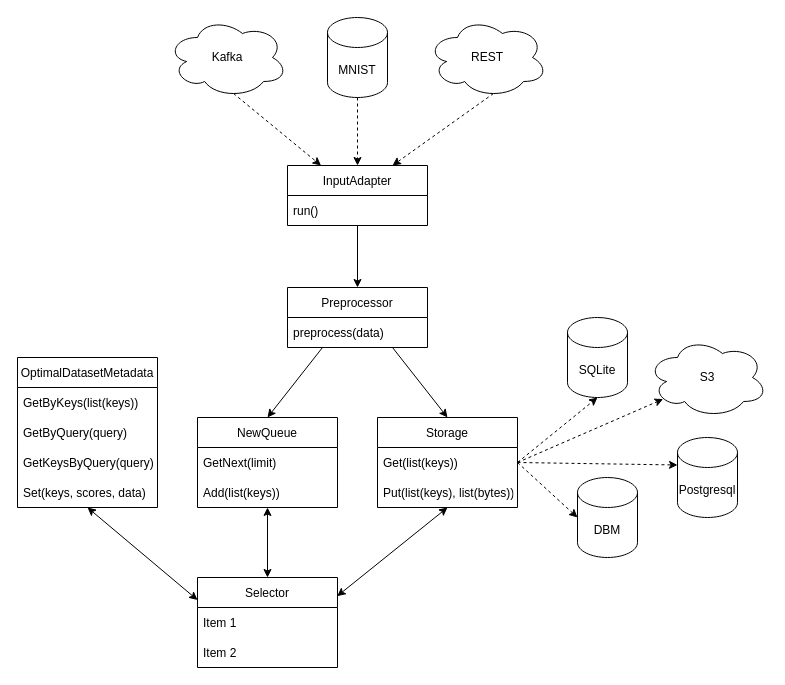
The draw.io diagram docs/graphs/Architecture.drawio in eth-easl/modyn, before the edit. Source tidied: cells renumbered, new cells numbered last; positions are measured from the earlier drawing's top-left corner, leaving out a move shared by most shapes. Both pictures are drawn from the tidied source at 100%, with x=0, y=0 at pixel (17, 17).
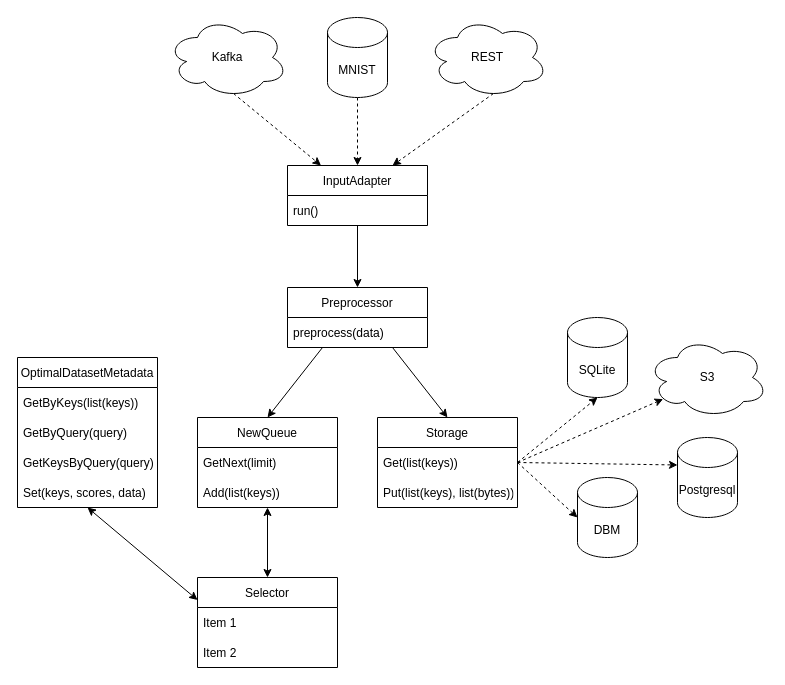
The same diagram, later.

Unchanged cells that the change refers to:
```xml
<mxCell id="8" value="Put(list(keys), list(bytes))" style="text;strokeColor=none;fillColor=none;align=left;verticalAlign=middle;spacingLeft=4;spacingRight=4;overflow=hidden;points=[[0,0.5],[1,0.5]];portConstraint=eastwest;" parent="6" vertex="1">
  <mxGeometry y="60" width="140" height="30" as="geometry" />
</mxCell>
<mxCell id="14" value="Selector" style="swimlane;fontStyle=0;horizontal=1;startSize=30;" parent="1" vertex="1">
  <mxGeometry x="180" y="560" width="140" height="90" as="geometry" />
</mxCell>
```

Change to the diagram source:
```diff
@@
-    <mxCell id="18" style="endArrow=classic;startArrow=classic;html=1;entryX=0.5;entryY=1;entryDx=0;entryDy=0;entryPerimeter=0;exitX=0.998;exitY=0.207;exitDx=0;exitDy=0;exitPerimeter=0;" parent="1" edge="1" source="14" target="8">
-      <mxGeometry relative="1" as="geometry" />
-    </mxCell>
```
